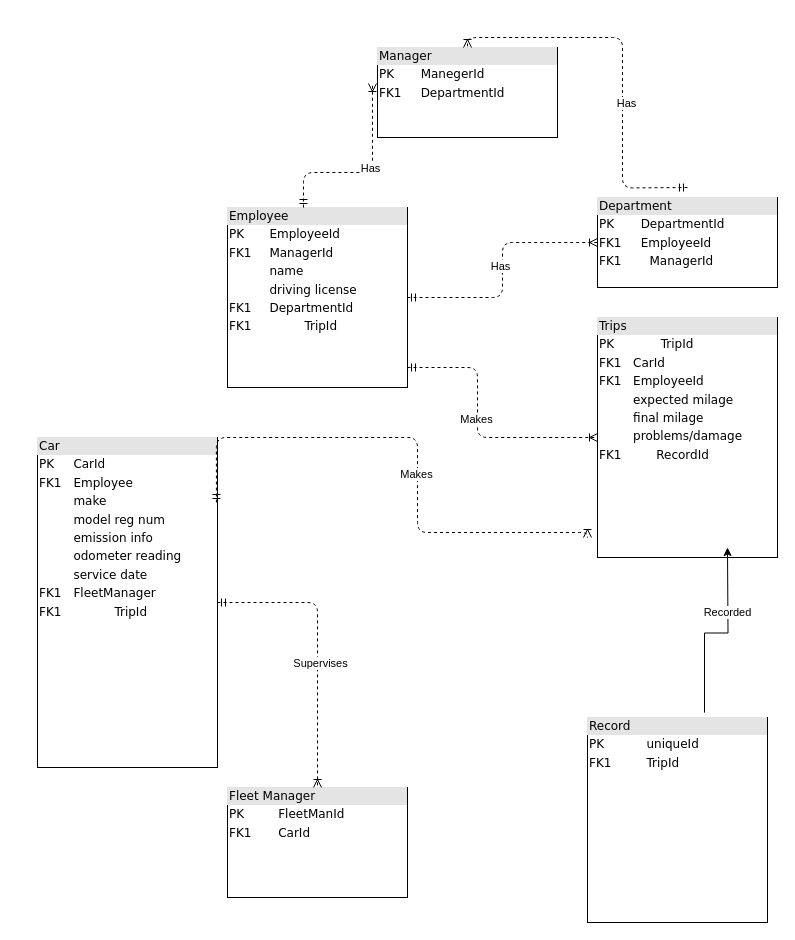
Before: Untitled Diagram.drawio in InesCortina/git-demo, a draw.io diagram. Source tidied: cells renumbered, new cells numbered last; positions are measured from the earlier drawing's top-left corner, leaving out a move shared by most shapes. Both pictures are drawn from the tidied source at 100%, with x=0, y=0 at pixel (37, 47).
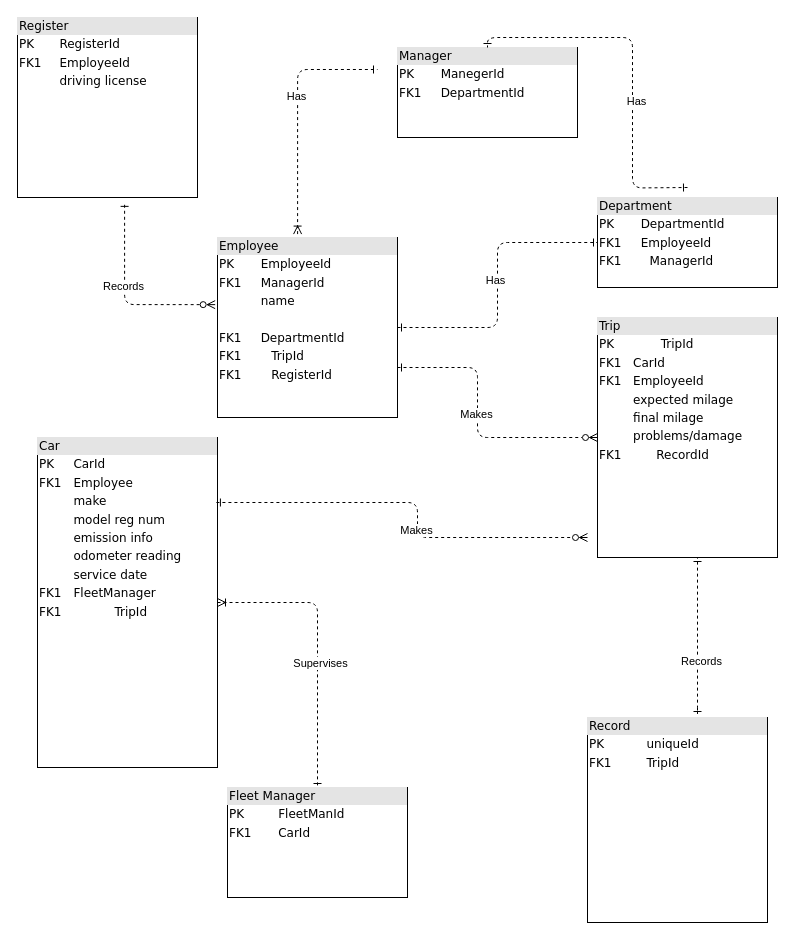
The same diagram, later.

The change refers to these unchanged cells:
```xml
<mxCell id="7" value="&lt;div style=&quot;box-sizing: border-box ; width: 100% ; background: #e4e4e4 ; padding: 2px&quot;&gt;Record&lt;/div&gt;&lt;table style=&quot;width: 100% ; font-size: 1em&quot; cellpadding=&quot;2&quot; cellspacing=&quot;0&quot;&gt;&lt;tbody&gt;&lt;tr&gt;&lt;td&gt;PK&lt;/td&gt;&lt;td&gt;uniqueId&lt;/td&gt;&lt;/tr&gt;&lt;tr&gt;&lt;td&gt;FK1&lt;/td&gt;&lt;td&gt;TripId&lt;/td&gt;&lt;/tr&gt;&lt;tr&gt;&lt;td&gt;&lt;br&gt;&lt;/td&gt;&lt;td&gt;&lt;br&gt;&lt;/td&gt;&lt;/tr&gt;&lt;tr&gt;&lt;td&gt;&lt;br&gt;&lt;/td&gt;&lt;td&gt;&lt;br&gt;&lt;/td&gt;&lt;/tr&gt;&lt;tr&gt;&lt;td&gt;&lt;/td&gt;&lt;td&gt;&lt;br&gt;&lt;/td&gt;&lt;/tr&gt;&lt;/tbody&gt;&lt;/table&gt;" style="verticalAlign=top;align=left;overflow=fill;html=1;rounded=0;shadow=0;comic=0;labelBackgroundColor=none;strokeWidth=1;fontFamily=Verdana;fontSize=12;" parent="1" vertex="1">
  <mxGeometry x="550" y="670" width="180" height="205" as="geometry" />
</mxCell>
<mxCell id="8" value="&lt;div style=&quot;box-sizing: border-box ; width: 100% ; background: #e4e4e4 ; padding: 2px&quot;&gt;Fleet Manager&lt;/div&gt;&lt;table style=&quot;width: 100% ; font-size: 1em&quot; cellpadding=&quot;2&quot; cellspacing=&quot;0&quot;&gt;&lt;tbody&gt;&lt;tr&gt;&lt;td&gt;PK&lt;/td&gt;&lt;td&gt;FleetManId&lt;/td&gt;&lt;/tr&gt;&lt;tr&gt;&lt;td&gt;FK1&lt;/td&gt;&lt;td&gt;CarId&lt;/td&gt;&lt;/tr&gt;&lt;/tbody&gt;&lt;/table&gt;" style="verticalAlign=top;align=left;overflow=fill;html=1;rounded=0;shadow=0;comic=0;labelBackgroundColor=none;strokeWidth=1;fontFamily=Verdana;fontSize=12;" parent="1" vertex="1">
  <mxGeometry x="190" y="740" width="180" height="110" as="geometry" />
</mxCell>
<mxCell id="11" value="&lt;div style=&quot;box-sizing: border-box ; width: 100% ; background: #e4e4e4 ; padding: 2px&quot;&gt;Car&lt;br&gt;&lt;/div&gt;&lt;table style=&quot;border-color: var(--border-color); font-size: 1em; width: 180px;&quot; cellpadding=&quot;2&quot; cellspacing=&quot;0&quot;&gt;&lt;tbody style=&quot;border-color: var(--border-color);&quot;&gt;&lt;tr style=&quot;border-color: var(--border-color);&quot;&gt;&lt;td style=&quot;border-color: var(--border-color);&quot;&gt;PK&lt;/td&gt;&lt;td style=&quot;border-color: var(--border-color);&quot;&gt;CarId&lt;/td&gt;&lt;/tr&gt;&lt;tr style=&quot;border-color: var(--border-color);&quot;&gt;&lt;td style=&quot;border-color: var(--border-color);&quot;&gt;FK1&lt;/td&gt;&lt;td style=&quot;border-color: var(--border-color);&quot;&gt;Employee&lt;br style=&quot;border-color: var(--border-color);&quot;&gt;&lt;/td&gt;&lt;/tr&gt;&lt;tr style=&quot;border-color: var(--border-color);&quot;&gt;&lt;td style=&quot;border-color: var(--border-color);&quot;&gt;&lt;br style=&quot;border-color: var(--border-color);&quot;&gt;&lt;/td&gt;&lt;td style=&quot;border-color: var(--border-color);&quot;&gt;make&lt;/td&gt;&lt;/tr&gt;&lt;tr style=&quot;border-color: var(--border-color);&quot;&gt;&lt;td style=&quot;border-color: var(--border-color);&quot;&gt;&lt;br style=&quot;border-color: var(--border-color);&quot;&gt;&lt;/td&gt;&lt;td style=&quot;border-color: var(--border-color);&quot;&gt;model reg num&lt;/td&gt;&lt;/tr&gt;&lt;tr style=&quot;border-color: var(--border-color);&quot;&gt;&lt;td style=&quot;border-color: var(--border-color);&quot;&gt;&lt;br style=&quot;border-color: var(--border-color);&quot;&gt;&lt;/td&gt;&lt;td style=&quot;border-color: var(--border-color);&quot;&gt;emission info&lt;/td&gt;&lt;/tr&gt;&lt;tr style=&quot;border-color: var(--border-color);&quot;&gt;&lt;td style=&quot;border-color: var(--border-color);&quot;&gt;&lt;br style=&quot;border-color: var(--border-color);&quot;&gt;&lt;/td&gt;&lt;td style=&quot;border-color: var(--border-color);&quot;&gt;odometer reading&lt;/td&gt;&lt;/tr&gt;&lt;tr style=&quot;border-color: var(--border-color);&quot;&gt;&lt;td style=&quot;border-color: var(--border-color);&quot;&gt;&lt;br style=&quot;border-color: var(--border-color);&quot;&gt;&lt;/td&gt;&lt;td style=&quot;border-color: var(--border-color);&quot;&gt;service date&lt;/td&gt;&lt;/tr&gt;&lt;tr style=&quot;border-color: var(--border-color);&quot;&gt;&lt;td style=&quot;border-color: var(--border-color);&quot;&gt;FK1&lt;/td&gt;&lt;td style=&quot;border-color: var(--border-color);&quot;&gt;FleetManager&lt;/td&gt;&lt;/tr&gt;&lt;/tbody&gt;&lt;/table&gt;&lt;table style=&quot;width: 100% ; font-size: 1em&quot; cellpadding=&quot;2&quot; cellspacing=&quot;0&quot;&gt;&lt;tbody&gt;&lt;tr&gt;&lt;td&gt;FK1&lt;/td&gt;&lt;td&gt;TripId&lt;/td&gt;&lt;/tr&gt;&lt;tr&gt;&lt;td&gt;&lt;br&gt;&lt;/td&gt;&lt;td&gt;&lt;/td&gt;&lt;/tr&gt;&lt;/tbody&gt;&lt;/table&gt;" style="verticalAlign=top;align=left;overflow=fill;html=1;rounded=0;shadow=0;comic=0;labelBackgroundColor=none;strokeWidth=1;fontFamily=Verdana;fontSize=12;" parent="1" vertex="1">
  <mxGeometry y="390" width="180" height="330" as="geometry" />
</mxCell>
<mxCell id="16" value="&lt;div style=&quot;box-sizing:border-box;width:100%;background:#e4e4e4;padding:2px;&quot;&gt;Department&lt;br&gt;&lt;/div&gt;&lt;table style=&quot;border-color: var(--border-color); font-size: 1em; width: 180px;&quot; cellpadding=&quot;2&quot; cellspacing=&quot;0&quot;&gt;&lt;tbody style=&quot;border-color: var(--border-color);&quot;&gt;&lt;tr style=&quot;border-color: var(--border-color);&quot;&gt;&lt;td style=&quot;border-color: var(--border-color);&quot;&gt;PK&lt;/td&gt;&lt;td style=&quot;border-color: var(--border-color);&quot;&gt;DepartmentId&lt;/td&gt;&lt;/tr&gt;&lt;tr style=&quot;border-color: var(--border-color);&quot;&gt;&lt;td style=&quot;border-color: var(--border-color);&quot;&gt;FK1&lt;/td&gt;&lt;td style=&quot;border-color: var(--border-color);&quot;&gt;EmployeeId&lt;/td&gt;&lt;/tr&gt;&lt;/tbody&gt;&lt;/table&gt;&lt;table style=&quot;width:100%;font-size:1em;&quot; cellpadding=&quot;2&quot; cellspacing=&quot;0&quot;&gt;&lt;tbody&gt;&lt;tr&gt;&lt;td&gt;FK1&lt;/td&gt;&lt;td&gt;ManagerId&lt;/td&gt;&lt;/tr&gt;&lt;tr&gt;&lt;td&gt;&lt;/td&gt;&lt;td&gt;&lt;br&gt;&lt;/td&gt;&lt;/tr&gt;&lt;/tbody&gt;&lt;/table&gt;" style="verticalAlign=top;align=left;overflow=fill;html=1;rounded=0;shadow=0;comic=0;labelBackgroundColor=none;strokeWidth=1;fontFamily=Verdana;fontSize=12;" parent="1" vertex="1">
  <mxGeometry x="560" y="150" width="180" height="90" as="geometry" />
</mxCell>
```

The edit, as a diff of the source:
```diff
@@
-    <mxCell id="2" style="edgeStyle=orthogonalEdgeStyle;html=1;dashed=1;labelBackgroundColor=none;startArrow=ERmandOne;endArrow=ERoneToMany;fontFamily=Verdana;fontSize=12;align=left;entryX=0;entryY=0.5;" parent="1" edge="1" source="6" target="15">
+    <mxCell id="2" style="edgeStyle=orthogonalEdgeStyle;html=1;dashed=1;labelBackgroundColor=none;startArrow=ERone;endArrow=ERzeroToMany;fontFamily=Verdana;fontSize=12;align=left;endFill=0;startFill=0;" parent="1" edge="1" source="6">
       <mxGeometry relative="1" as="geometry">
+        <mxPoint x="560" y="390" as="targetPoint" />
         <Array as="points">
           <mxPoint x="320" y="320" />
           <mxPoint x="440" y="320" />
           <mxPoint x="440" y="385" />
         </Array>
       </mxGeometry>
     </mxCell>
@@
-    <mxCell id="4" style="edgeStyle=orthogonalEdgeStyle;html=1;dashed=1;labelBackgroundColor=none;startArrow=ERmandOne;endArrow=ERoneToMany;fontFamily=Verdana;fontSize=12;align=left;" parent="1" edge="1" source="6" target="16">
+    <mxCell id="4" style="edgeStyle=orthogonalEdgeStyle;html=1;dashed=1;labelBackgroundColor=none;startArrow=ERone;endArrow=ERone;fontFamily=Verdana;fontSize=12;align=left;endFill=0;startFill=0;" parent="1" edge="1" source="6" target="16">
       <mxGeometry relative="1" as="geometry" />
     </mxCell>
@@
-    <mxCell id="6" value="&lt;div style=&quot;box-sizing: border-box ; width: 100% ; background: #e4e4e4 ; padding: 2px&quot;&gt;Employee&lt;br&gt;&lt;/div&gt;&lt;table style=&quot;border-color: var(--border-color); font-size: 1em; width: 180px;&quot; cellpadding=&quot;2&quot; cellspacing=&quot;0&quot;&gt;&lt;tbody style=&quot;border-color: var(--border-color);&quot;&gt;&lt;tr style=&quot;border-color: var(--border-color);&quot;&gt;&lt;td style=&quot;border-color: var(--border-color);&quot;&gt;PK&lt;/td&gt;&lt;td style=&quot;border-color: var(--border-color);&quot;&gt;EmployeeId&lt;/td&gt;&lt;/tr&gt;&lt;tr style=&quot;border-color: var(--border-color);&quot;&gt;&lt;td style=&quot;border-color: var(--border-color);&quot;&gt;FK1&lt;/td&gt;&lt;td style=&quot;border-color: var(--border-color);&quot;&gt;ManagerId&lt;br style=&quot;border-color: var(--border-color);&quot;&gt;&lt;/td&gt;&lt;/tr&gt;&lt;tr style=&quot;border-color: var(--border-color);&quot;&gt;&lt;td style=&quot;border-color: var(--border-color);&quot;&gt;&lt;br style=&quot;border-color: var(--border-color);&quot;&gt;&lt;/td&gt;&lt;td style=&quot;border-color: var(--border-color);&quot;&gt;name&lt;/td&gt;&lt;/tr&gt;&lt;tr style=&quot;border-color: var(--border-color);&quot;&gt;&lt;td style=&quot;border-color: var(--border-color);&quot;&gt;&lt;br style=&quot;border-color: var(--border-color);&quot;&gt;&lt;/td&gt;&lt;td style=&quot;border-color: var(--border-color);&quot;&gt;driving license&lt;/td&gt;&lt;/tr&gt;&lt;tr style=&quot;border-color: var(--border-color);&quot;&gt;&lt;td style=&quot;border-color: var(--border-color);&quot;&gt;FK1&lt;/td&gt;&lt;td style=&quot;border-color: var(--border-color);&quot;&gt;DepartmentId&lt;/td&gt;&lt;/tr&gt;&lt;/tbody&gt;&lt;/table&gt;&lt;table align=&quot;left&quot; style=&quot;width: 100% ; font-size: 1em&quot; cellpadding=&quot;2&quot; cellspacing=&quot;0&quot;&gt;&lt;tbody&gt;&lt;tr&gt;&lt;td&gt;FK1&lt;/td&gt;&lt;td&gt;TripId&lt;/td&gt;&lt;/tr&gt;&lt;tr&gt;&lt;td&gt;&lt;/td&gt;&lt;td&gt;&lt;br&gt;&lt;/td&gt;&lt;/tr&gt;&lt;/tbody&gt;&lt;/table&gt;" style="verticalAlign=top;align=left;overflow=fill;html=1;rounded=0;shadow=0;comic=0;labelBackgroundColor=none;strokeWidth=1;fontFamily=Verdana;fontSize=12;" parent="1" vertex="1">
-      <mxGeometry x="190" y="160" width="180" height="180" as="geometry" />
+    <mxCell id="6" value="&lt;div style=&quot;box-sizing: border-box ; width: 100% ; background: #e4e4e4 ; padding: 2px&quot;&gt;Employee&lt;br&gt;&lt;/div&gt;&lt;table style=&quot;border-color: var(--border-color); font-size: 1em; width: 180px;&quot; cellpadding=&quot;2&quot; cellspacing=&quot;0&quot;&gt;&lt;tbody style=&quot;border-color: var(--border-color);&quot;&gt;&lt;tr style=&quot;border-color: var(--border-color);&quot;&gt;&lt;td style=&quot;border-color: var(--border-color);&quot;&gt;PK&lt;/td&gt;&lt;td style=&quot;border-color: var(--border-color);&quot;&gt;EmployeeId&lt;/td&gt;&lt;/tr&gt;&lt;tr style=&quot;border-color: var(--border-color);&quot;&gt;&lt;td style=&quot;border-color: var(--border-color);&quot;&gt;FK1&lt;/td&gt;&lt;td style=&quot;border-color: var(--border-color);&quot;&gt;ManagerId&lt;br style=&quot;border-color: var(--border-color);&quot;&gt;&lt;/td&gt;&lt;/tr&gt;&lt;tr style=&quot;border-color: var(--border-color);&quot;&gt;&lt;td style=&quot;border-color: var(--border-color);&quot;&gt;&lt;br style=&quot;border-color: var(--border-color);&quot;&gt;&lt;/td&gt;&lt;td style=&quot;border-color: var(--border-color);&quot;&gt;name&lt;/td&gt;&lt;/tr&gt;&lt;tr style=&quot;border-color: var(--border-color);&quot;&gt;&lt;td style=&quot;border-color: var(--border-color);&quot;&gt;&lt;br style=&quot;border-color: var(--border-color);&quot;&gt;&lt;/td&gt;&lt;td style=&quot;border-color: var(--border-color);&quot;&gt;&lt;br&gt;&lt;/td&gt;&lt;/tr&gt;&lt;tr style=&quot;border-color: var(--border-color);&quot;&gt;&lt;td style=&quot;border-color: var(--border-color);&quot;&gt;FK1&lt;/td&gt;&lt;td style=&quot;border-color: var(--border-color);&quot;&gt;DepartmentId&lt;/td&gt;&lt;/tr&gt;&lt;/tbody&gt;&lt;/table&gt;&lt;table align=&quot;left&quot; style=&quot;width: 100% ; font-size: 1em&quot; cellpadding=&quot;2&quot; cellspacing=&quot;0&quot;&gt;&lt;tbody&gt;&lt;tr&gt;&lt;td&gt;FK1&lt;/td&gt;&lt;td&gt;TripId&lt;br&gt;&lt;/td&gt;&lt;/tr&gt;&lt;tr&gt;&lt;td&gt;FK1&lt;/td&gt;&lt;td&gt;RegisterId&lt;/td&gt;&lt;/tr&gt;&lt;/tbody&gt;&lt;/table&gt;" style="verticalAlign=top;align=left;overflow=fill;html=1;rounded=0;shadow=0;comic=0;labelBackgroundColor=none;strokeWidth=1;fontFamily=Verdana;fontSize=12;" parent="1" vertex="1">
+      <mxGeometry x="180" y="190" width="180" height="180" as="geometry" />
     </mxCell>
@@
-    <mxCell id="9" style="edgeStyle=orthogonalEdgeStyle;html=1;entryX=0.5;entryY=0;labelBackgroundColor=none;startArrow=ERmandOne;endArrow=ERoneToMany;fontFamily=Verdana;fontSize=12;align=left;dashed=1;" parent="1" edge="1" source="11" target="8">
+    <mxCell id="9" style="edgeStyle=orthogonalEdgeStyle;html=1;entryX=0.5;entryY=0;labelBackgroundColor=none;startArrow=ERoneToMany;endArrow=ERone;fontFamily=Verdana;fontSize=12;align=left;dashed=1;startFill=0;endFill=0;" parent="1" edge="1" source="11" target="8">
       <mxGeometry relative="1" as="geometry" />
     </mxCell>
@@
     <mxCell id="12" value="&lt;div style=&quot;box-sizing:border-box;width:100%;background:#e4e4e4;padding:2px;&quot;&gt;Manager&lt;/div&gt;&lt;table style=&quot;width:100%;font-size:1em;&quot; cellpadding=&quot;2&quot; cellspacing=&quot;0&quot;&gt;&lt;tbody&gt;&lt;tr&gt;&lt;td&gt;PK&lt;/td&gt;&lt;td&gt;ManegerId&lt;br&gt;&lt;/td&gt;&lt;/tr&gt;&lt;tr&gt;&lt;td&gt;FK1&lt;/td&gt;&lt;td&gt;DepartmentId&lt;/td&gt;&lt;/tr&gt;&lt;/tbody&gt;&lt;/table&gt;" style="verticalAlign=top;align=left;overflow=fill;html=1;rounded=0;shadow=0;comic=0;labelBackgroundColor=none;strokeWidth=1;fontFamily=Verdana;fontSize=12;" parent="1" vertex="1">
-      <mxGeometry x="340" width="180" height="90" as="geometry" />
+      <mxGeometry x="360" width="180" height="90" as="geometry" />
     </mxCell>
-    <mxCell id="13" style="edgeStyle=orthogonalEdgeStyle;html=1;entryX=0.5;entryY=0;dashed=1;labelBackgroundColor=none;startArrow=ERmandOne;endArrow=ERoneToMany;fontFamily=Verdana;fontSize=12;align=left;" parent="1" edge="1" target="12">
+    <mxCell id="13" style="edgeStyle=orthogonalEdgeStyle;html=1;entryX=0.5;entryY=0;dashed=1;labelBackgroundColor=none;startArrow=ERone;endArrow=ERone;fontFamily=Verdana;fontSize=12;align=left;startFill=0;endFill=0;" parent="1" edge="1" target="12">
       <mxGeometry relative="1" as="geometry">
         <mxPoint x="650" y="140" as="sourcePoint" />
       </mxGeometry>
     </mxCell>
@@
-    <mxCell id="15" value="&lt;div style=&quot;box-sizing: border-box ; width: 100% ; background: #e4e4e4 ; padding: 2px&quot;&gt;Trips&lt;/div&gt;&lt;table style=&quot;border-color: var(--border-color); font-size: 1em; width: 180px;&quot; cellpadding=&quot;2&quot; cellspacing=&quot;0&quot;&gt;&lt;tbody style=&quot;border-color: var(--border-color);&quot;&gt;&lt;tr style=&quot;border-color: var(--border-color);&quot;&gt;&lt;td style=&quot;border-color: var(--border-color);&quot;&gt;PK&lt;/td&gt;&lt;td style=&quot;border-color: var(--border-color);&quot;&gt;TripId&lt;/td&gt;&lt;/tr&gt;&lt;/tbody&gt;&lt;/table&gt;&lt;table style=&quot;width: 100% ; font-size: 1em&quot; cellpadding=&quot;2&quot; cellspacing=&quot;0&quot;&gt;&lt;tbody&gt;&lt;tr&gt;&lt;td&gt;FK1&lt;/td&gt;&lt;td&gt;CarId&lt;/td&gt;&lt;/tr&gt;&lt;tr&gt;&lt;td&gt;FK1&lt;/td&gt;&lt;td&gt;EmployeeId&lt;br&gt;&lt;/td&gt;&lt;/tr&gt;&lt;tr&gt;&lt;td&gt;&lt;br&gt;&lt;/td&gt;&lt;td&gt;expected milage&lt;/td&gt;&lt;/tr&gt;&lt;tr&gt;&lt;td&gt;&lt;br&gt;&lt;/td&gt;&lt;td&gt;final milage&lt;br&gt;&lt;/td&gt;&lt;/tr&gt;&lt;tr&gt;&lt;td&gt;&lt;br&gt;&lt;/td&gt;&lt;td&gt;problems/damage&lt;/td&gt;&lt;/tr&gt;&lt;/tbody&gt;&lt;/table&gt;&lt;table style=&quot;border-color: var(--border-color); font-size: 1em; width: 180px;&quot; cellpadding=&quot;2&quot; cellspacing=&quot;0&quot;&gt;&lt;tbody style=&quot;border-color: var(--border-color);&quot;&gt;&lt;tr style=&quot;border-color: var(--border-color);&quot;&gt;&lt;td style=&quot;border-color: var(--border-color);&quot;&gt;FK1&lt;/td&gt;&lt;td style=&quot;border-color: var(--border-color);&quot;&gt;RecordId&lt;/td&gt;&lt;/tr&gt;&lt;/tbody&gt;&lt;/table&gt;" style="verticalAlign=top;align=left;overflow=fill;html=1;rounded=0;shadow=0;comic=0;labelBackgroundColor=none;strokeWidth=1;fontFamily=Verdana;fontSize=12;" parent="1" vertex="1">
+    <mxCell id="15" value="&lt;div style=&quot;box-sizing: border-box ; width: 100% ; background: #e4e4e4 ; padding: 2px&quot;&gt;Trip&lt;/div&gt;&lt;table style=&quot;border-color: var(--border-color); font-size: 1em; width: 180px;&quot; cellpadding=&quot;2&quot; cellspacing=&quot;0&quot;&gt;&lt;tbody style=&quot;border-color: var(--border-color);&quot;&gt;&lt;tr style=&quot;border-color: var(--border-color);&quot;&gt;&lt;td style=&quot;border-color: var(--border-color);&quot;&gt;PK&lt;/td&gt;&lt;td style=&quot;border-color: var(--border-color);&quot;&gt;TripId&lt;/td&gt;&lt;/tr&gt;&lt;/tbody&gt;&lt;/table&gt;&lt;table style=&quot;width: 100% ; font-size: 1em&quot; cellpadding=&quot;2&quot; cellspacing=&quot;0&quot;&gt;&lt;tbody&gt;&lt;tr&gt;&lt;td&gt;FK1&lt;/td&gt;&lt;td&gt;CarId&lt;/td&gt;&lt;/tr&gt;&lt;tr&gt;&lt;td&gt;FK1&lt;/td&gt;&lt;td&gt;EmployeeId&lt;br&gt;&lt;/td&gt;&lt;/tr&gt;&lt;tr&gt;&lt;td&gt;&lt;br&gt;&lt;/td&gt;&lt;td&gt;expected milage&lt;/td&gt;&lt;/tr&gt;&lt;tr&gt;&lt;td&gt;&lt;br&gt;&lt;/td&gt;&lt;td&gt;final milage&lt;br&gt;&lt;/td&gt;&lt;/tr&gt;&lt;tr&gt;&lt;td&gt;&lt;br&gt;&lt;/td&gt;&lt;td&gt;problems/damage&lt;/td&gt;&lt;/tr&gt;&lt;/tbody&gt;&lt;/table&gt;&lt;table style=&quot;border-color: var(--border-color); font-size: 1em; width: 180px;&quot; cellpadding=&quot;2&quot; cellspacing=&quot;0&quot;&gt;&lt;tbody style=&quot;border-color: var(--border-color);&quot;&gt;&lt;tr style=&quot;border-color: var(--border-color);&quot;&gt;&lt;td style=&quot;border-color: var(--border-color);&quot;&gt;FK1&lt;/td&gt;&lt;td style=&quot;border-color: var(--border-color);&quot;&gt;RecordId&lt;/td&gt;&lt;/tr&gt;&lt;/tbody&gt;&lt;/table&gt;" style="verticalAlign=top;align=left;overflow=fill;html=1;rounded=0;shadow=0;comic=0;labelBackgroundColor=none;strokeWidth=1;fontFamily=Verdana;fontSize=12;" parent="1" vertex="1">
       <mxGeometry x="560" y="270" width="180" height="240" as="geometry" />
     </mxCell>
@@
-    <mxCell id="17" style="edgeStyle=orthogonalEdgeStyle;html=1;dashed=1;labelBackgroundColor=none;startArrow=ERmandOne;endArrow=ERoneToMany;fontFamily=Verdana;fontSize=12;align=left;exitX=0.994;exitY=0.197;exitDx=0;exitDy=0;exitPerimeter=0;" parent="1" edge="1" source="11">
+    <mxCell id="17" style="edgeStyle=orthogonalEdgeStyle;html=1;dashed=1;labelBackgroundColor=none;startArrow=ERone;endArrow=ERzeroToMany;fontFamily=Verdana;fontSize=12;align=left;exitX=0.994;exitY=0.197;exitDx=0;exitDy=0;exitPerimeter=0;startFill=0;endFill=0;" parent="1" edge="1" source="11">
       <mxGeometry relative="1" as="geometry">
         <mxPoint x="550" y="490" as="targetPoint" />
         <Array as="points">
-          <mxPoint x="179" y="390" />
-          <mxPoint x="380" y="390" />
-          <mxPoint x="380" y="485" />
-          <mxPoint x="550" y="485" />
+          <mxPoint x="380" y="455" />
+          <mxPoint x="380" y="490" />
         </Array>
       </mxGeometry>
     </mxCell>
@@
-    <mxCell id="19" style="edgeStyle=orthogonalEdgeStyle;html=1;entryX=-0.028;entryY=0.4;dashed=1;labelBackgroundColor=none;startArrow=ERmandOne;endArrow=ERoneToMany;fontFamily=Verdana;fontSize=12;align=left;entryDx=0;entryDy=0;entryPerimeter=0;exitX=0.422;exitY=0;exitDx=0;exitDy=0;exitPerimeter=0;" parent="1" edge="1" source="6" target="12">
-      <mxGeometry relative="1" as="geometry" />
+    <mxCell id="19" style="edgeStyle=orthogonalEdgeStyle;html=1;dashed=1;labelBackgroundColor=none;startArrow=ERoneToMany;endArrow=ERone;fontFamily=Verdana;fontSize=12;align=left;startFill=0;endFill=0;exitX=0.445;exitY=-0.019;exitDx=0;exitDy=0;exitPerimeter=0;" parent="1" edge="1" source="6">
+      <mxGeometry relative="1" as="geometry">
+        <mxPoint x="340" y="22" as="targetPoint" />
+        <Array as="points">
+          <mxPoint x="260" y="22" />
+        </Array>
+      </mxGeometry>
     </mxCell>
@@
-    <mxCell id="21" style="edgeStyle=orthogonalEdgeStyle;rounded=0;jettySize=auto;html=1;entryX=1.017;entryY=0.682;entryDx=0;entryDy=0;entryPerimeter=0;exitX=0.65;exitY=-0.024;exitDx=0;exitDy=0;exitPerimeter=0;" parent="1" edge="1" source="7">
-      <mxGeometry relative="1" as="geometry">
-        <mxPoint x="690" y="500" as="targetPoint" />
-      </mxGeometry>
-    </mxCell>
-    <mxCell id="22" value="Recorded" style="edgeLabel;html=1;align=center;verticalAlign=middle;" parent="21" vertex="1">
-      <mxGeometry x="0.32" y="1" relative="1" as="geometry" />
-    </mxCell>
+    <mxCell id="23" value="&lt;div style=&quot;box-sizing: border-box ; width: 100% ; background: #e4e4e4 ; padding: 2px&quot;&gt;Register&lt;/div&gt;&lt;table style=&quot;border-color: var(--border-color); font-size: 1em; width: 180px;&quot; cellpadding=&quot;2&quot; cellspacing=&quot;0&quot;&gt;&lt;tbody style=&quot;border-color: var(--border-color);&quot;&gt;&lt;tr style=&quot;border-color: var(--border-color);&quot;&gt;&lt;td style=&quot;border-color: var(--border-color);&quot;&gt;PK&lt;/td&gt;&lt;td style=&quot;border-color: var(--border-color);&quot;&gt;RegisterId&lt;/td&gt;&lt;/tr&gt;&lt;tr style=&quot;border-color: var(--border-color);&quot;&gt;&lt;td style=&quot;border-color: var(--border-color);&quot;&gt;FK1&lt;/td&gt;&lt;td style=&quot;border-color: var(--border-color);&quot;&gt;EmployeeId&lt;br style=&quot;border-color: var(--border-color);&quot;&gt;&lt;/td&gt;&lt;/tr&gt;&lt;tr style=&quot;border-color: var(--border-color);&quot;&gt;&lt;td style=&quot;border-color: var(--border-color);&quot;&gt;&lt;br&gt;&lt;/td&gt;&lt;td style=&quot;border-color: var(--border-color);&quot;&gt;driving license&lt;/td&gt;&lt;/tr&gt;&lt;/tbody&gt;&lt;/table&gt;&lt;table align=&quot;left&quot; style=&quot;width: 100% ; font-size: 1em&quot; cellpadding=&quot;2&quot; cellspacing=&quot;0&quot;&gt;&lt;tbody&gt;&lt;tr&gt;&lt;td&gt;&lt;/td&gt;&lt;td&gt;&lt;br&gt;&lt;/td&gt;&lt;/tr&gt;&lt;/tbody&gt;&lt;/table&gt;" style="verticalAlign=top;align=left;overflow=fill;html=1;rounded=0;shadow=0;comic=0;labelBackgroundColor=none;strokeWidth=1;fontFamily=Verdana;fontSize=12;" parent="1" vertex="1">
+      <mxGeometry x="-20" y="-30" width="180" height="180" as="geometry" />
+    </mxCell>
+    <mxCell id="24" style="edgeStyle=orthogonalEdgeStyle;html=1;dashed=1;labelBackgroundColor=none;startArrow=ERzeroToMany;endArrow=ERone;fontFamily=Verdana;fontSize=12;align=left;startFill=0;endFill=0;exitX=-0.013;exitY=0.373;exitDx=0;exitDy=0;exitPerimeter=0;entryX=0.595;entryY=1.027;entryDx=0;entryDy=0;entryPerimeter=0;" parent="1" edge="1" source="6" target="23">
+      <mxGeometry relative="1" as="geometry" />
+    </mxCell>
+    <mxCell id="25" value="Records" style="edgeLabel;html=1;align=center;verticalAlign=middle;" parent="24" vertex="1">
+      <mxGeometry x="0.13" y="2" relative="1" as="geometry" />
+    </mxCell>
+    <mxCell id="26" style="edgeStyle=orthogonalEdgeStyle;html=1;entryX=0.5;entryY=0;dashed=1;labelBackgroundColor=none;startArrow=ERone;endArrow=ERone;fontFamily=Verdana;fontSize=12;align=left;startFill=0;endFill=0;" parent="1" edge="1">
+      <mxGeometry relative="1" as="geometry">
+        <mxPoint x="660" y="660" as="sourcePoint" />
+        <mxPoint x="660" y="510" as="targetPoint" />
+        <Array as="points">
+          <mxPoint x="660" y="670" />
+        </Array>
+      </mxGeometry>
+    </mxCell>
+    <mxCell id="27" value="Records" style="edgeLabel;html=1;align=center;verticalAlign=middle;" parent="26" vertex="1">
+      <mxGeometry x="-0.21" y="-3" relative="1" as="geometry" />
+    </mxCell>
```
